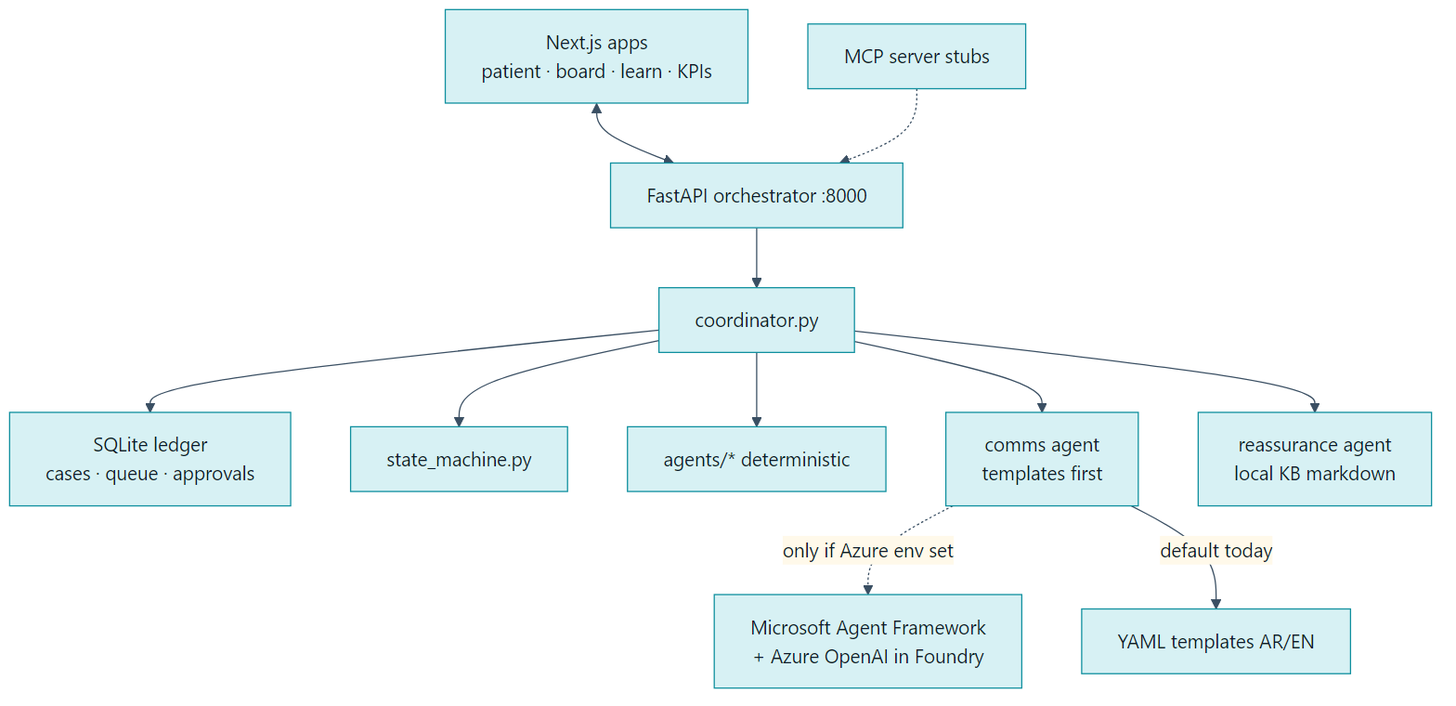
Earlier version of the Mermaid export docs/assets/architecture-asbuilt.png (suhail39ahmed/rabt-care-loop). Its source is kept beside it as docs/assets/architecture-asbuilt.mmd.
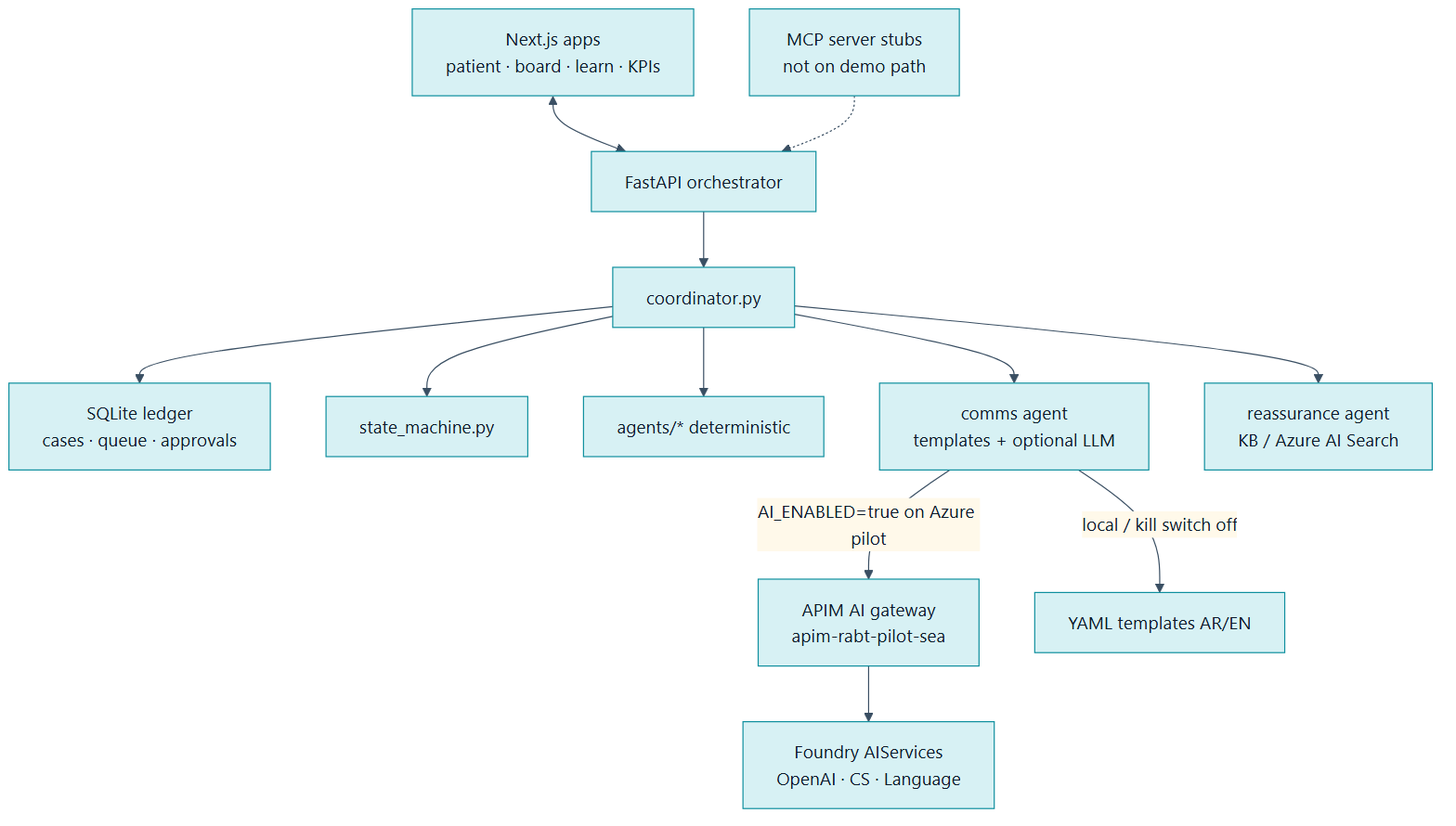
After the commit.

Change to the diagram source:
```diff
@@ -1,15 +1,16 @@
 %%{init: {'theme': 'base', 'themeVariables': { 'primaryColor': '#d7f1f4', 'primaryTextColor': '#0c1b2a', 'primaryBorderColor': '#0e8f9e', 'lineColor': '#3a4f63', 'secondaryColor': '#fff9ea', 'tertiaryColor': '#f3f5ff', 'fontFamily': 'Segoe UI, Arial'}}}%%
 flowchart TB
   WEB["Next.js apps<br/>patient · board · learn · KPIs"]
-  API["FastAPI orchestrator :8000"]
+  API["FastAPI orchestrator"]
   LED["SQLite ledger<br/>cases · queue · approvals"]
   SM["state_machine.py"]
   CO["coordinator.py"]
   DET["agents/* deterministic"]
-  COM["comms agent<br/>templates first"]
-  REA["reassurance agent<br/>local KB markdown"]
-  MCP["MCP server stubs"]
-  AF["Microsoft Agent Framework<br/>+ Azure OpenAI in Foundry"]
+  COM["comms agent<br/>templates + optional LLM"]
+  REA["reassurance agent<br/>KB / Azure AI Search"]
+  MCP["MCP server stubs<br/>not on demo path"]
+  APIM["APIM AI gateway<br/>apim-rabt-pilot-sea"]
+  FOU["Foundry AIServices<br/>OpenAI · CS · Language"]
   TPL["YAML templates AR/EN"]
 
   WEB <--> API
@@ -19,6 +20,7 @@
   CO --> DET
   CO --> COM
   CO --> REA
-  COM -.->|only if Azure env set| AF
-  COM -->|default today| TPL
+  COM -->|AI_ENABLED=true on Azure pilot| APIM
+  APIM --> FOU
+  COM -->|local / kill switch off| TPL
   MCP -.-> API
```
